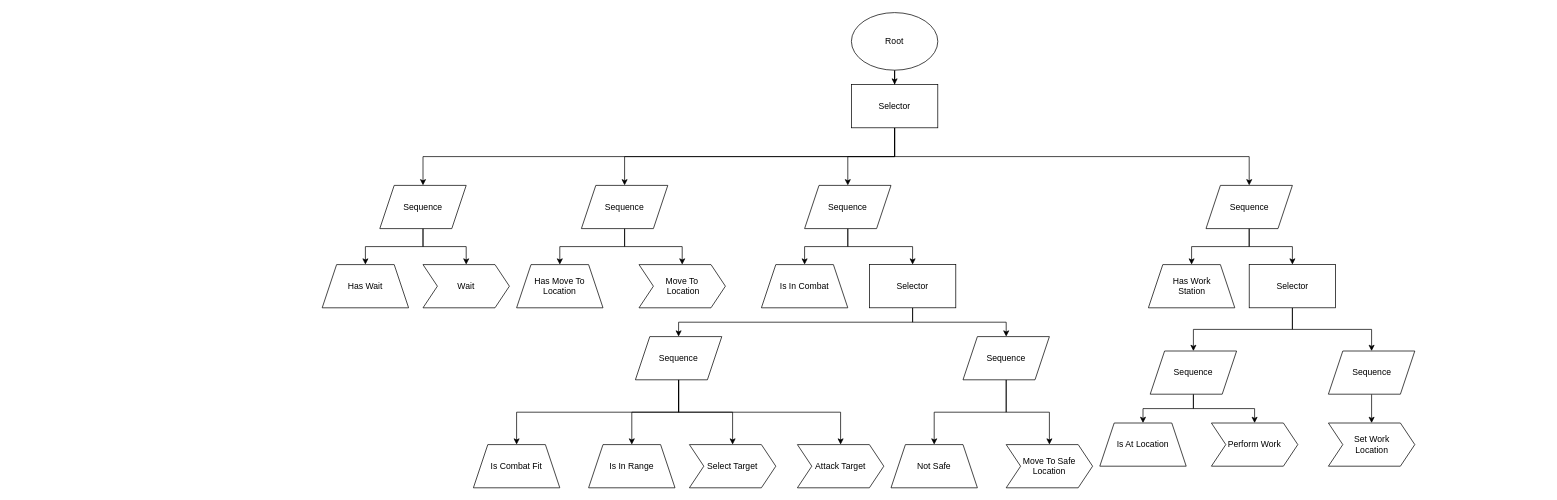
Above: BehaviorTreediagrams/SettlerTree.drawio in KeeganMiller/Zombie (draw.io), before the change. Source tidied: cells renumbered, new cells numbered last; positions are measured from the earlier drawing's top-left corner, leaving out a move shared by most shapes. Both pictures are drawn from the tidied source at 72%, with x=0, y=0 at pixel (322, 12).
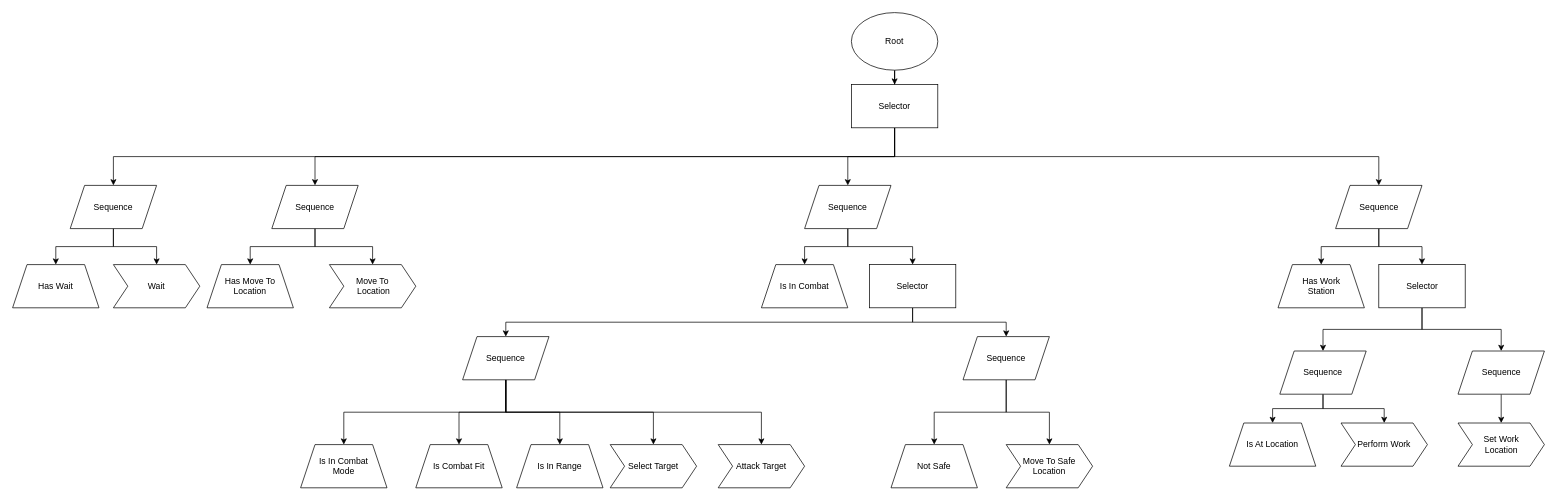
Above is the later version.

Commit message:
Update settler tree diagram

The edit, as a diff of the source:
```diff
@@
     <mxCell id="11" value="Sequence" style="shape=parallelogram;perimeter=parallelogramPerimeter;whiteSpace=wrap;html=1;fixedSize=1;" parent="1" vertex="1">
-      <mxGeometry x="80" y="240" width="120" height="60" as="geometry" />
+      <mxGeometry x="-350" y="240" width="120" height="60" as="geometry" />
     </mxCell>
     <mxCell id="12" value="Has Wait" style="shape=trapezoid;perimeter=trapezoidPerimeter;whiteSpace=wrap;html=1;fixedSize=1;" parent="1" vertex="1">
-      <mxGeometry y="350" width="120" height="60" as="geometry" />
+      <mxGeometry x="-430" y="350" width="120" height="60" as="geometry" />
     </mxCell>
     <mxCell id="13" value="Wait" style="shape=step;perimeter=stepPerimeter;whiteSpace=wrap;html=1;fixedSize=1;" parent="1" vertex="1">
-      <mxGeometry x="140" y="350" width="120" height="60" as="geometry" />
+      <mxGeometry x="-290" y="350" width="120" height="60" as="geometry" />
     </mxCell>
@@
     <mxCell id="16" value="Sequence" style="shape=parallelogram;perimeter=parallelogramPerimeter;whiteSpace=wrap;html=1;fixedSize=1;" parent="1" vertex="1">
-      <mxGeometry x="360" y="240" width="120" height="60" as="geometry" />
+      <mxGeometry x="-70" y="240" width="120" height="60" as="geometry" />
     </mxCell>
     <mxCell id="17" value="Has Move To Location" style="shape=trapezoid;perimeter=trapezoidPerimeter;whiteSpace=wrap;html=1;fixedSize=1;" parent="1" vertex="1">
-      <mxGeometry x="270" y="350" width="120" height="60" as="geometry" />
+      <mxGeometry x="-160" y="350" width="120" height="60" as="geometry" />
     </mxCell>
     <mxCell id="18" value="Move To&lt;br&gt;&amp;nbsp;Location" style="shape=step;perimeter=stepPerimeter;whiteSpace=wrap;html=1;fixedSize=1;" parent="1" vertex="1">
-      <mxGeometry x="440" y="350" width="120" height="60" as="geometry" />
+      <mxGeometry x="10" y="350" width="120" height="60" as="geometry" />
     </mxCell>
@@
     <mxCell id="21" value="Sequence" style="shape=parallelogram;perimeter=parallelogramPerimeter;whiteSpace=wrap;html=1;fixedSize=1;" parent="1" vertex="1">
-      <mxGeometry x="1227.5" y="240" width="120" height="60" as="geometry" />
+      <mxGeometry x="1407.5" y="240" width="120" height="60" as="geometry" />
     </mxCell>
     <mxCell id="22" value="Has Work&lt;br&gt;Station" style="shape=trapezoid;perimeter=trapezoidPerimeter;whiteSpace=wrap;html=1;fixedSize=1;" parent="1" vertex="1">
-      <mxGeometry x="1147.5" y="350" width="120" height="60" as="geometry" />
+      <mxGeometry x="1327.5" y="350" width="120" height="60" as="geometry" />
     </mxCell>
@@
     <mxCell id="25" value="Selector" style="rounded=0;whiteSpace=wrap;html=1;" parent="1" vertex="1">
-      <mxGeometry x="1287.5" y="350" width="120" height="60" as="geometry" />
+      <mxGeometry x="1467.5" y="350" width="120" height="60" as="geometry" />
     </mxCell>
@@
     <mxCell id="28" value="Sequence" style="shape=parallelogram;perimeter=parallelogramPerimeter;whiteSpace=wrap;html=1;fixedSize=1;" parent="1" vertex="1">
-      <mxGeometry x="1150" y="470" width="120" height="60" as="geometry" />
+      <mxGeometry x="1330" y="470" width="120" height="60" as="geometry" />
     </mxCell>
     <mxCell id="29" value="Is At Location" style="shape=trapezoid;perimeter=trapezoidPerimeter;whiteSpace=wrap;html=1;fixedSize=1;" parent="1" vertex="1">
-      <mxGeometry x="1080" y="570" width="120" height="60" as="geometry" />
+      <mxGeometry x="1260" y="570" width="120" height="60" as="geometry" />
     </mxCell>
     <mxCell id="30" value="Perform Work" style="shape=step;perimeter=stepPerimeter;whiteSpace=wrap;html=1;fixedSize=1;" parent="1" vertex="1">
-      <mxGeometry x="1235" y="570" width="120" height="60" as="geometry" />
+      <mxGeometry x="1415" y="570" width="120" height="60" as="geometry" />
     </mxCell>
@@
     <mxCell id="32" value="Sequence" style="shape=parallelogram;perimeter=parallelogramPerimeter;whiteSpace=wrap;html=1;fixedSize=1;" parent="1" vertex="1">
-      <mxGeometry x="1397.5" y="470" width="120" height="60" as="geometry" />
+      <mxGeometry x="1577.5" y="470" width="120" height="60" as="geometry" />
     </mxCell>
     <mxCell id="33" value="Set Work &lt;br&gt;Location" style="shape=step;perimeter=stepPerimeter;whiteSpace=wrap;html=1;fixedSize=1;" parent="1" vertex="1">
-      <mxGeometry x="1397.5" y="570" width="120" height="60" as="geometry" />
+      <mxGeometry x="1577.5" y="570" width="120" height="60" as="geometry" />
     </mxCell>
@@
+    <mxCell id="55" style="edgeStyle=orthogonalEdgeStyle;rounded=0;jettySize=auto;html=1;exitX=0.5;exitY=1;exitDx=0;exitDy=0;" parent="1" edge="1" source="45" target="56">
+      <mxGeometry relative="1" as="geometry" />
+    </mxCell>
     <mxCell id="45" value="Sequence" style="shape=parallelogram;perimeter=parallelogramPerimeter;whiteSpace=wrap;html=1;fixedSize=1;" parent="1" vertex="1">
-      <mxGeometry x="435" y="450" width="120" height="60" as="geometry" />
+      <mxGeometry x="195" y="450" width="120" height="60" as="geometry" />
     </mxCell>
-    <mxCell id="46" value="Is Combat Fit" style="shape=trapezoid;perimeter=trapezoidPerimeter;whiteSpace=wrap;html=1;fixedSize=1;" parent="1" vertex="1">
-      <mxGeometry x="210" y="600" width="120" height="60" as="geometry" />
+    <mxCell id="46" value="Is In Combat&lt;br&gt;Mode" style="shape=trapezoid;perimeter=trapezoidPerimeter;whiteSpace=wrap;html=1;fixedSize=1;" parent="1" vertex="1">
+      <mxGeometry x="-30" y="600" width="120" height="60" as="geometry" />
     </mxCell>
-    <mxCell id="47" value="Is In Range" style="shape=trapezoid;perimeter=trapezoidPerimeter;whiteSpace=wrap;html=1;fixedSize=1;" parent="1" vertex="1">
-      <mxGeometry x="370" y="600" width="120" height="60" as="geometry" />
+    <mxCell id="47" value="Is Combat Fit" style="shape=trapezoid;perimeter=trapezoidPerimeter;whiteSpace=wrap;html=1;fixedSize=1;" parent="1" vertex="1">
+      <mxGeometry x="130" y="600" width="120" height="60" as="geometry" />
     </mxCell>
     <mxCell id="48" value="Select Target" style="shape=step;perimeter=stepPerimeter;whiteSpace=wrap;html=1;fixedSize=1;" parent="1" vertex="1">
-      <mxGeometry x="510" y="600" width="120" height="60" as="geometry" />
+      <mxGeometry x="400" y="600" width="120" height="60" as="geometry" />
     </mxCell>
     <mxCell id="49" value="Attack Target" style="shape=step;perimeter=stepPerimeter;whiteSpace=wrap;html=1;fixedSize=1;" parent="1" vertex="1">
-      <mxGeometry x="660" y="600" width="120" height="60" as="geometry" />
+      <mxGeometry x="550" y="600" width="120" height="60" as="geometry" />
     </mxCell>
@@
+    <mxCell id="56" value="Is In Range" style="shape=trapezoid;perimeter=trapezoidPerimeter;whiteSpace=wrap;html=1;fixedSize=1;" parent="1" vertex="1">
+      <mxGeometry x="270" y="600" width="120" height="60" as="geometry" />
+    </mxCell>
```
